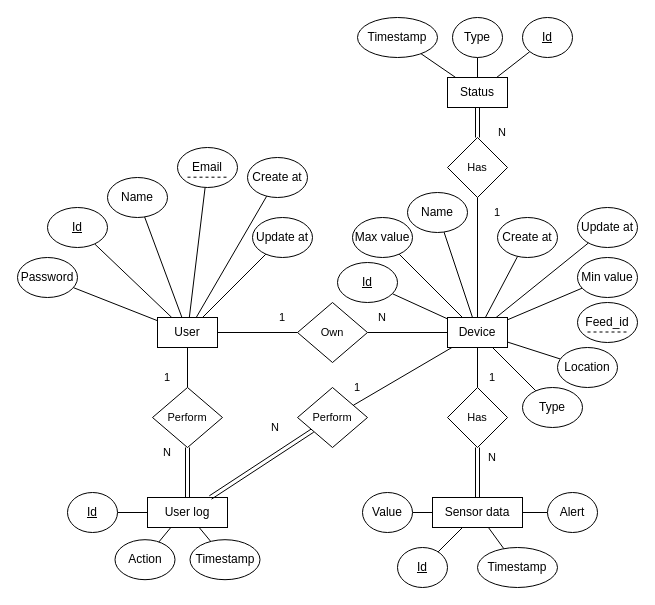
Above: sql/erd.drawio in tien0246/yolohome-backend (draw.io), before the change. Source tidied: cells renumbered, new cells numbered last; positions are measured from the earlier drawing's top-left corner, leaving out a move shared by most shapes. Both pictures are drawn from the tidied source at 100%, with x=0, y=0 at pixel (17, 17).
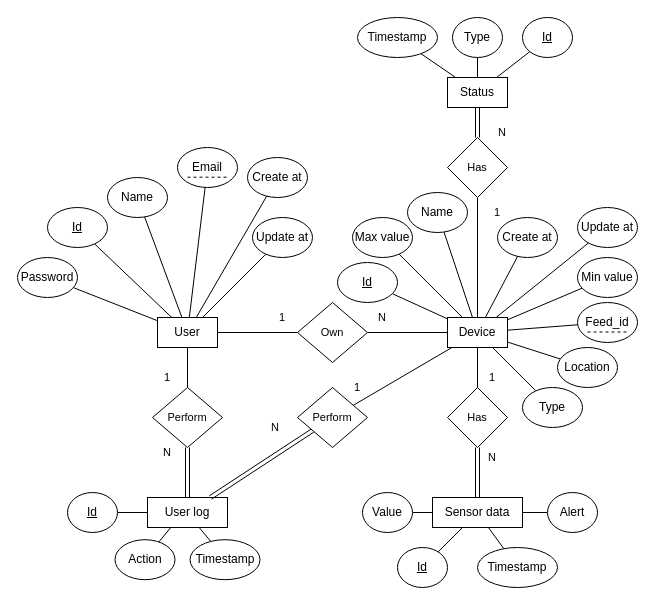
Above is the later version.

The change refers to these unchanged cells:
```xml
<mxCell id="10" value="&lt;div&gt;Device&lt;/div&gt;" style="rounded=0;whiteSpace=wrap;html=1;" parent="1" vertex="1">
  <mxGeometry x="430" y="300" width="60" height="30" as="geometry" />
</mxCell>
<mxCell id="81" value="Feed_id" style="ellipse;whiteSpace=wrap;html=1;" parent="1" vertex="1">
  <mxGeometry x="560" y="285" width="60" height="40" as="geometry" />
</mxCell>
```

Change to the diagram source:
```diff
@@
+    <mxCell id="83" style="rounded=0;jettySize=auto;html=1;endArrow=none;endFill=0;" parent="1" edge="1" source="10" target="81">
+      <mxGeometry relative="1" as="geometry" />
+    </mxCell>
```
